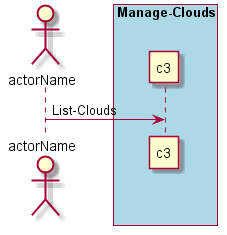
Earlier version of the PlantUML export docs/UseCases/Manage-Clouds/List-Clouds.png (CAADE/C3).
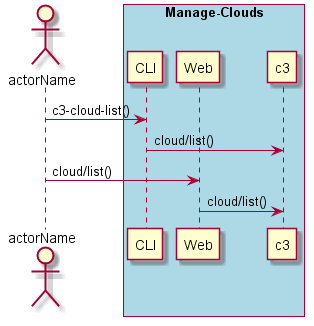
After the change.

Change to the diagram source:
```diff
@@ -2,8 +2,13 @@
 Actor "actorName" as A
 
 box "Manage-Clouds" #lightblue
+participant CLI as CLI
+participant Web as Web
 participant "c3" as S
-A -> S : List-Clouds
+A -> CLI : c3-cloud-list()
+CLI -> S : cloud/list()
+A -> Web : cloud/list()
+Web -> S : cloud/list()
 end box
 
 @enduml
```
